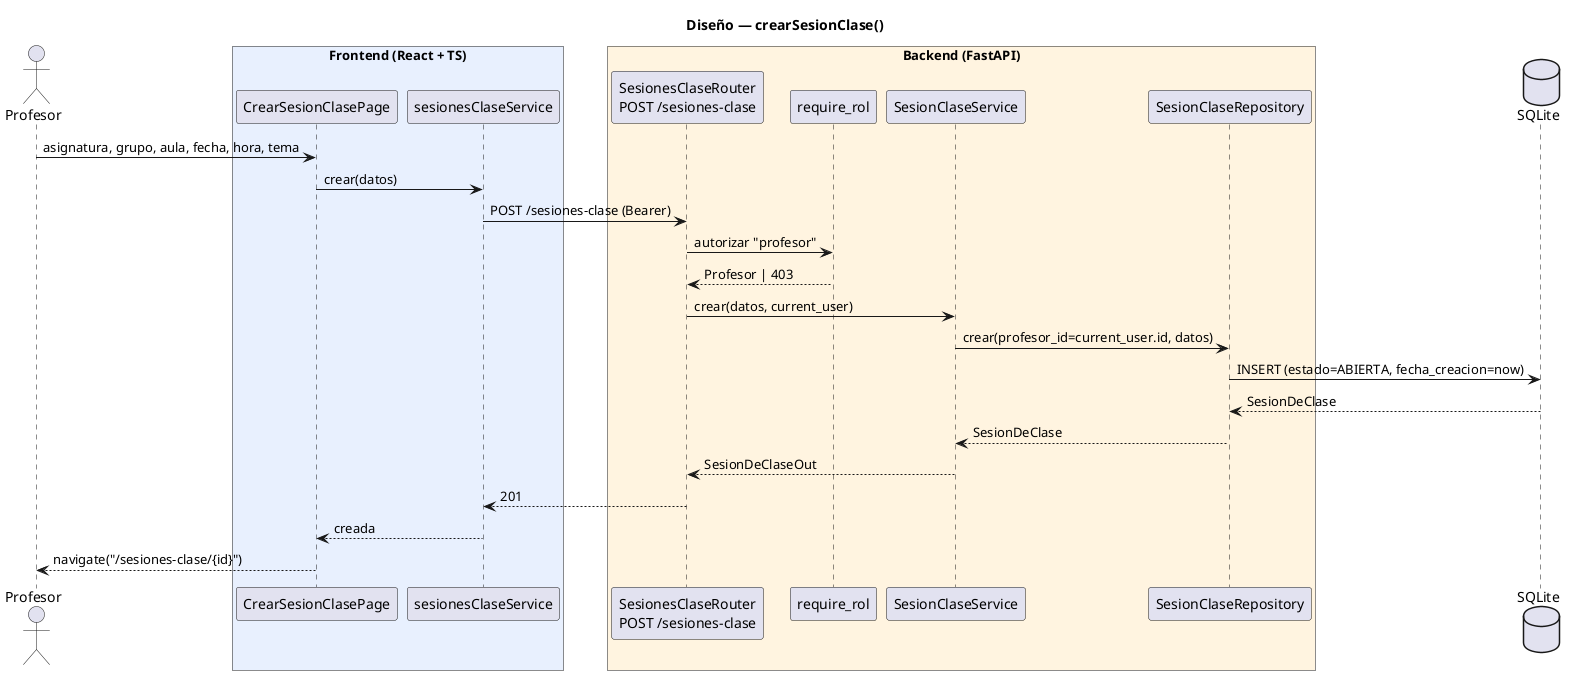
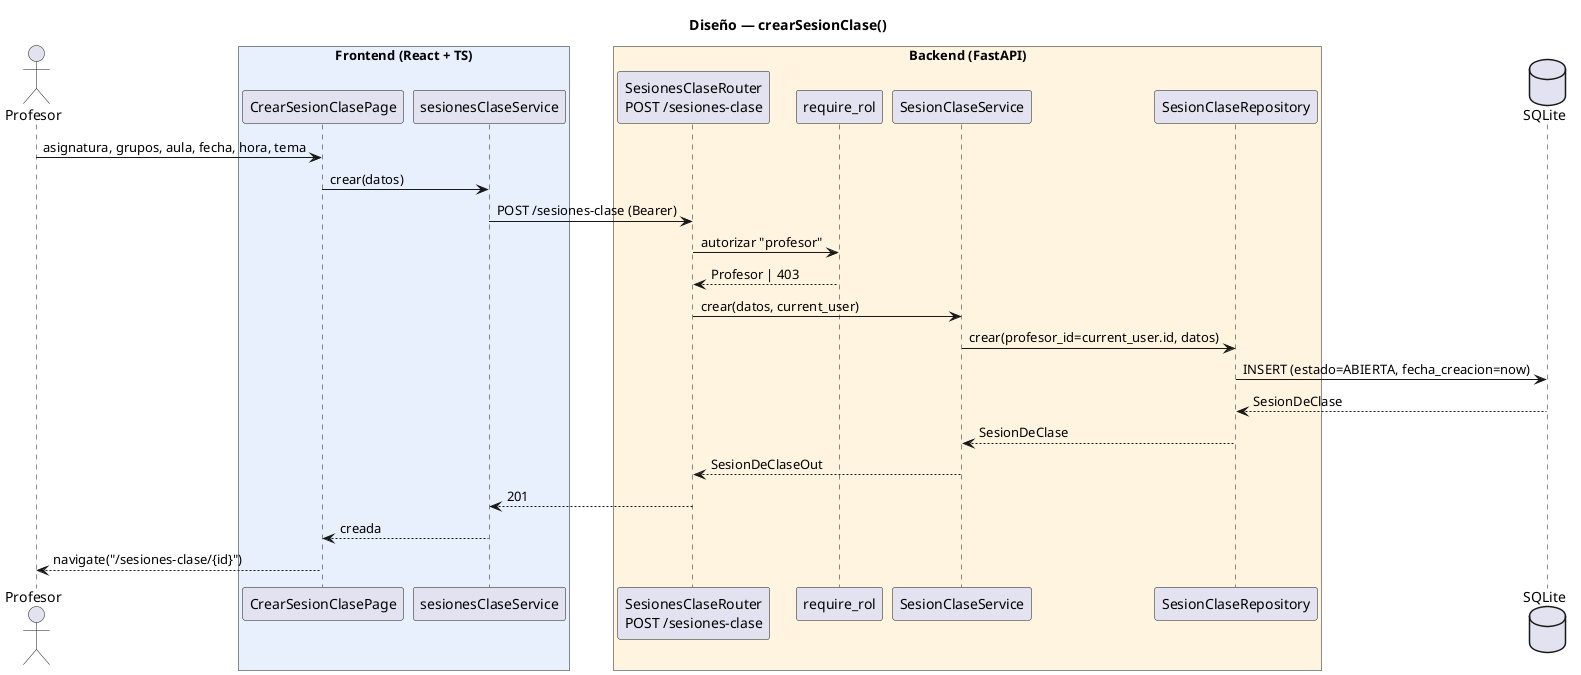
@startuml
title Diseño — crearSesionClase()

actor Profesor as P

box "Frontend (React + TS)" #E8F0FE
    participant "CrearSesionClasePage" as CP
    participant "sesionesClaseService" as SS
end box

box "Backend (FastAPI)" #FFF4E0
    participant "SesionesClaseRouter\nPOST /sesiones-clase" as SR
    participant "require_rol" as RR
    participant "SesionClaseService" as SCS
    participant "SesionClaseRepository" as SCR
end box

database "SQLite" as DB

- P  -> CP  : asignatura, grupo, aula, fecha, hora, tema
+ P  -> CP  : asignatura, grupos, aula, fecha, hora, tema
CP -> SS  : crear(datos)
SS -> SR  : POST /sesiones-clase (Bearer)
SR -> RR  : autorizar "profesor"
RR --> SR : Profesor | 403
SR -> SCS : crear(datos, current_user)
SCS -> SCR : crear(profesor_id=current_user.id, datos)
SCR -> DB  : INSERT (estado=ABIERTA, fecha_creacion=now)
DB  --> SCR : SesionDeClase
SCR --> SCS : SesionDeClase
SCS --> SR  : SesionDeClaseOut
SR  --> SS  : 201
SS  --> CP  : creada
CP  --> P   : navigate("/sesiones-clase/{id}")

@enduml
